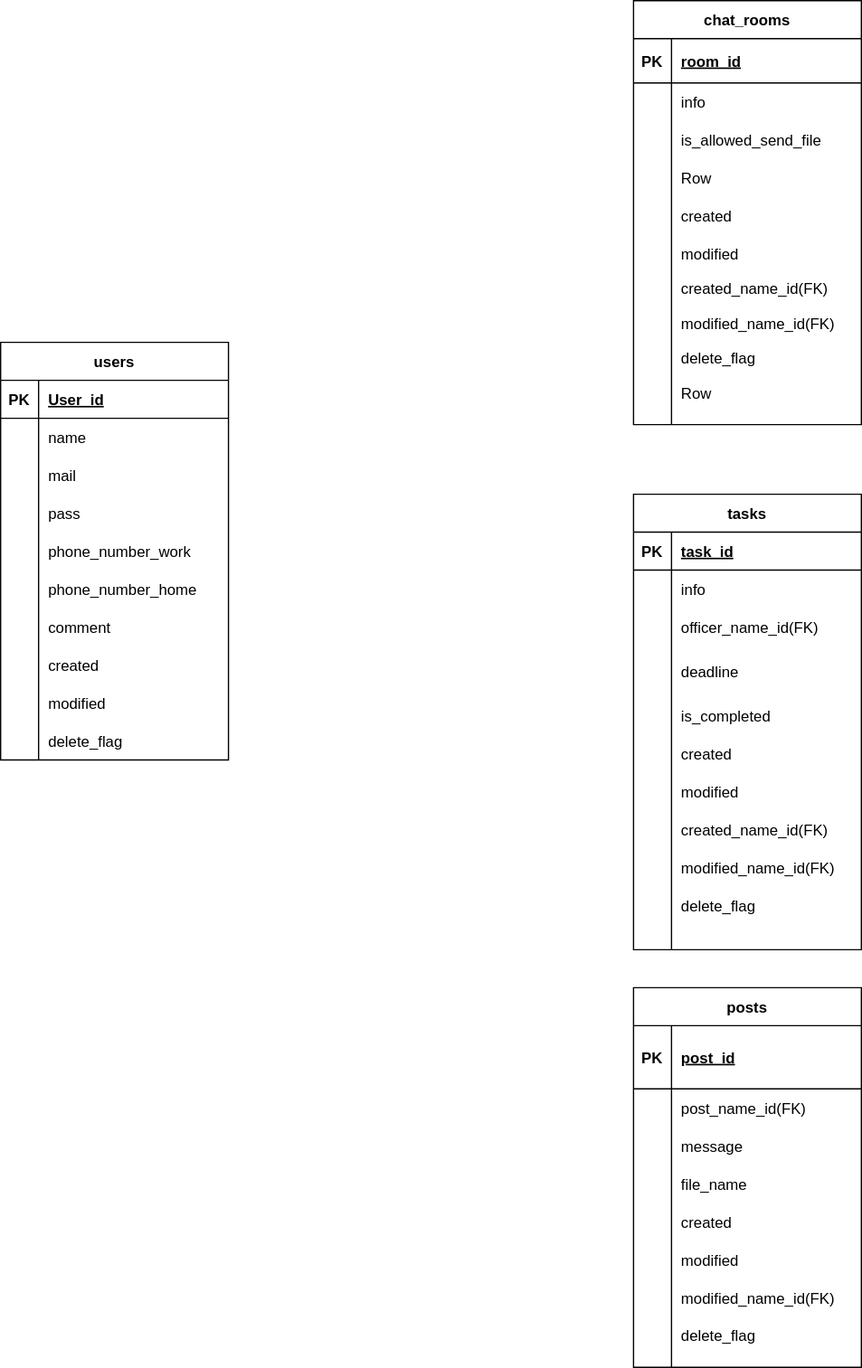
Earlier version of the draw.io export db/db-challenge1/ERDiagram.drawio.svg (giyana/codegym-db). Source tidied: cells renumbered, new cells last; positions are measured from the earlier drawing's top-left corner, leaving out a move shared by most shapes.
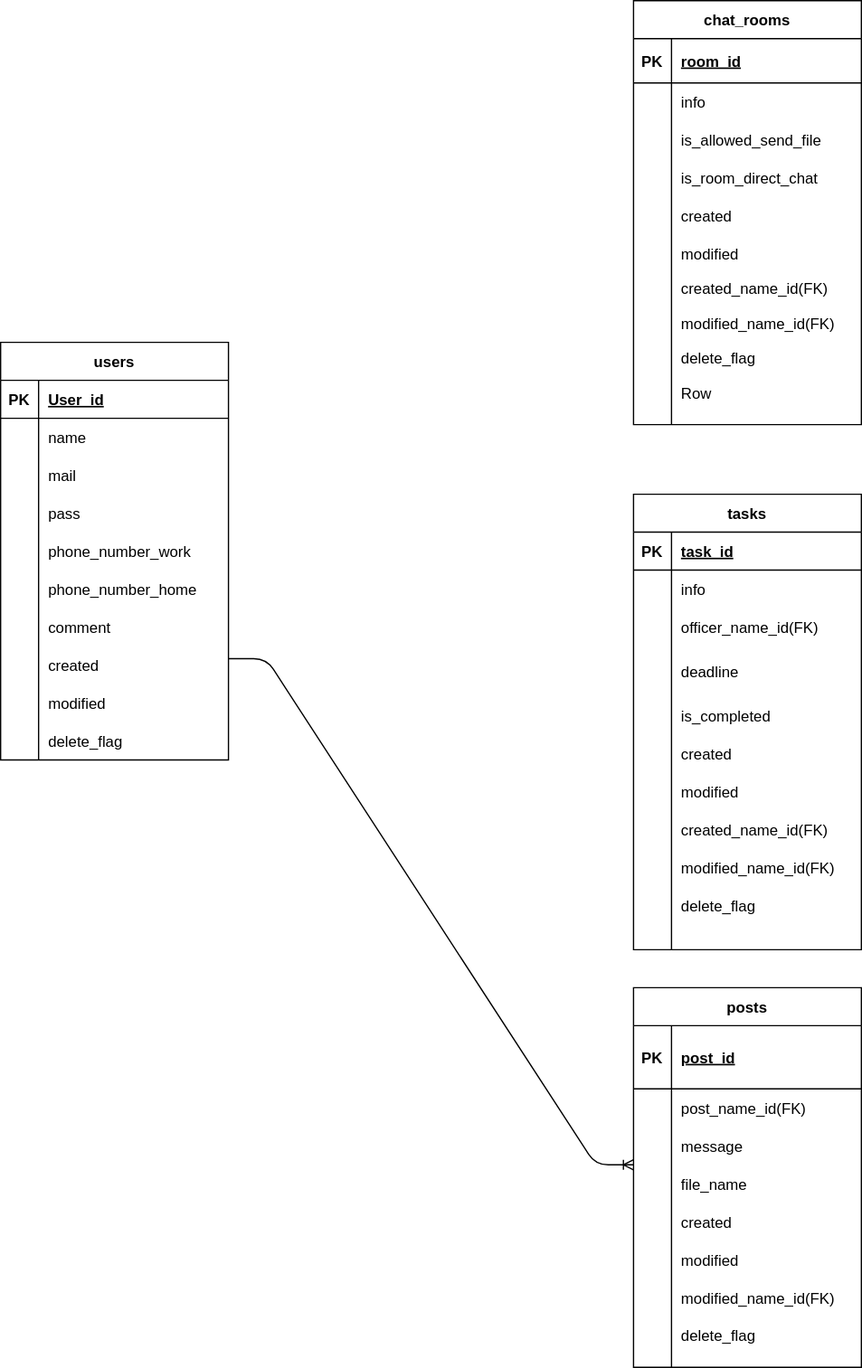
Above is the later version.

Diff of the diagram source:
```diff
@@ -308,7 +308,7 @@
     <mxCell id="103" style="shape=partialRectangle;fillColor=none;top=0;left=0;bottom=0;right=0;overflow=hidden;" parent="102" vertex="1">
       <mxGeometry width="30" height="30" as="geometry" />
     </mxCell>
-    <mxCell id="104" value="Row" style="shape=partialRectangle;fillColor=none;top=0;left=0;bottom=0;right=0;align=left;spacingLeft=6;overflow=hidden;" parent="102" vertex="1">
+    <mxCell id="104" value="is_room_direct_chat" style="shape=partialRectangle;fillColor=none;top=0;left=0;bottom=0;right=0;align=left;spacingLeft=6;overflow=hidden;" parent="102" vertex="1">
       <mxGeometry x="30" width="150" height="30" as="geometry" />
     </mxCell>
     <mxCell id="105" style="shape=partialRectangle;fillColor=none;top=0;left=0;bottom=0;right=0;" parent="92" vertex="1">
@@ -365,5 +365,11 @@
     <mxCell id="122" value="Row" style="shape=partialRectangle;fillColor=none;top=0;left=0;bottom=0;right=0;align=left;spacingLeft=6;overflow=hidden;" parent="120" vertex="1">
       <mxGeometry x="30" width="150" height="30" as="geometry" />
     </mxCell>
+    <mxCell id="123" style="edgeStyle=entityRelationEdgeStyle;fontSize=12;html=1;endArrow=ERoneToMany;" parent="1" edge="1">
+      <mxGeometry relative="1" as="geometry">
+        <mxPoint x="180" y="520" as="sourcePoint" />
+        <mxPoint x="500" y="920" as="targetPoint" />
+      </mxGeometry>
+    </mxCell>
   </root>
 </mxGraphModel>
```
